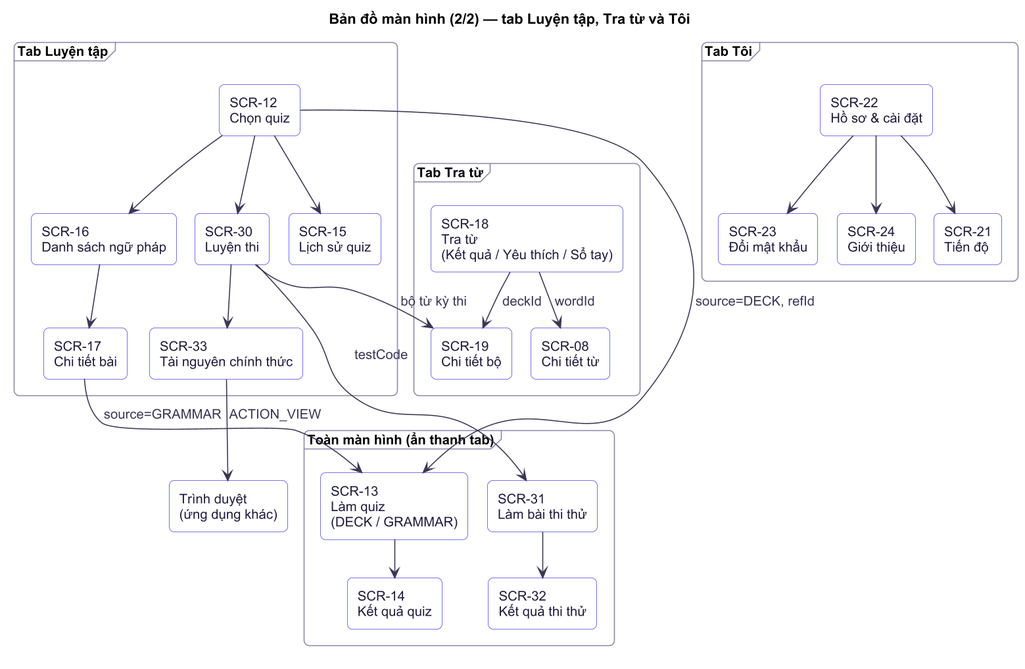
The PlantUML diagram docs/diagrams/architecture/arc-navigation-practice-search-me.png in at1308033-sketch/LearningE_app, before a commit. Its diagram source:
```plantuml
@startuml
!include ../_style.puml
title Bản đồ màn hình (2/2) — tab Luyện tập, Tra từ và Tôi
skinparam rectangle {
  BackgroundColor #FFFFFF
  BorderColor #5146E0
}
skinparam frame {
  BorderColor #8B88A8
  BackgroundColor #FAFAFF
}

frame "Tab Luyện tập" {
  rectangle "SCR-12\nChọn quiz" as S12
  rectangle "SCR-15\nLịch sử quiz" as S15
  rectangle "SCR-16\nDanh sách ngữ pháp" as S16
  rectangle "SCR-17\nChi tiết bài" as S17
  rectangle "SCR-30\nLuyện thi" as S30
  rectangle "SCR-33\nTài nguyên chính thức" as S33
}

frame "Toàn màn hình (ẩn thanh tab)" {
  rectangle "SCR-13\nLàm quiz\n(DECK / GRAMMAR)" as S13
  rectangle "SCR-14\nKết quả quiz" as S14
  rectangle "SCR-31\nLàm bài thi thử" as S31
  rectangle "SCR-32\nKết quả thi thử" as S32
}

frame "Tab Tra từ" {
  rectangle "SCR-18\nTra từ\n(Kết quả / Yêu thích / Sổ tay)" as S18
  rectangle "SCR-08\nChi tiết từ" as S08
  rectangle "SCR-19\nChi tiết bộ" as S19
}

frame "Tab Tôi" {
  rectangle "SCR-22\nHồ sơ & cài đặt" as S22
  rectangle "SCR-21\nTiến độ" as S21
  rectangle "SCR-23\nĐổi mật khẩu" as S23
  rectangle "SCR-24\nGiới thiệu" as S24
}

rectangle "Trình duyệt\n(ứng dụng khác)" as BRW

S12 --> S13 : source=DECK, refId
S12 --> S15
S12 --> S16
S16 --> S17
S17 --> S13 : source=GRAMMAR
S13 --> S14
S12 --> S30
S30 --> S31 : testCode
S31 --> S32
S30 --> S33
S33 --> BRW : ACTION_VIEW
S30 --> S19 : bộ từ kỳ thi

S18 --> S08 : wordId
S18 --> S19 : deckId

S22 --> S21
S22 --> S23
S22 --> S24
@enduml
```
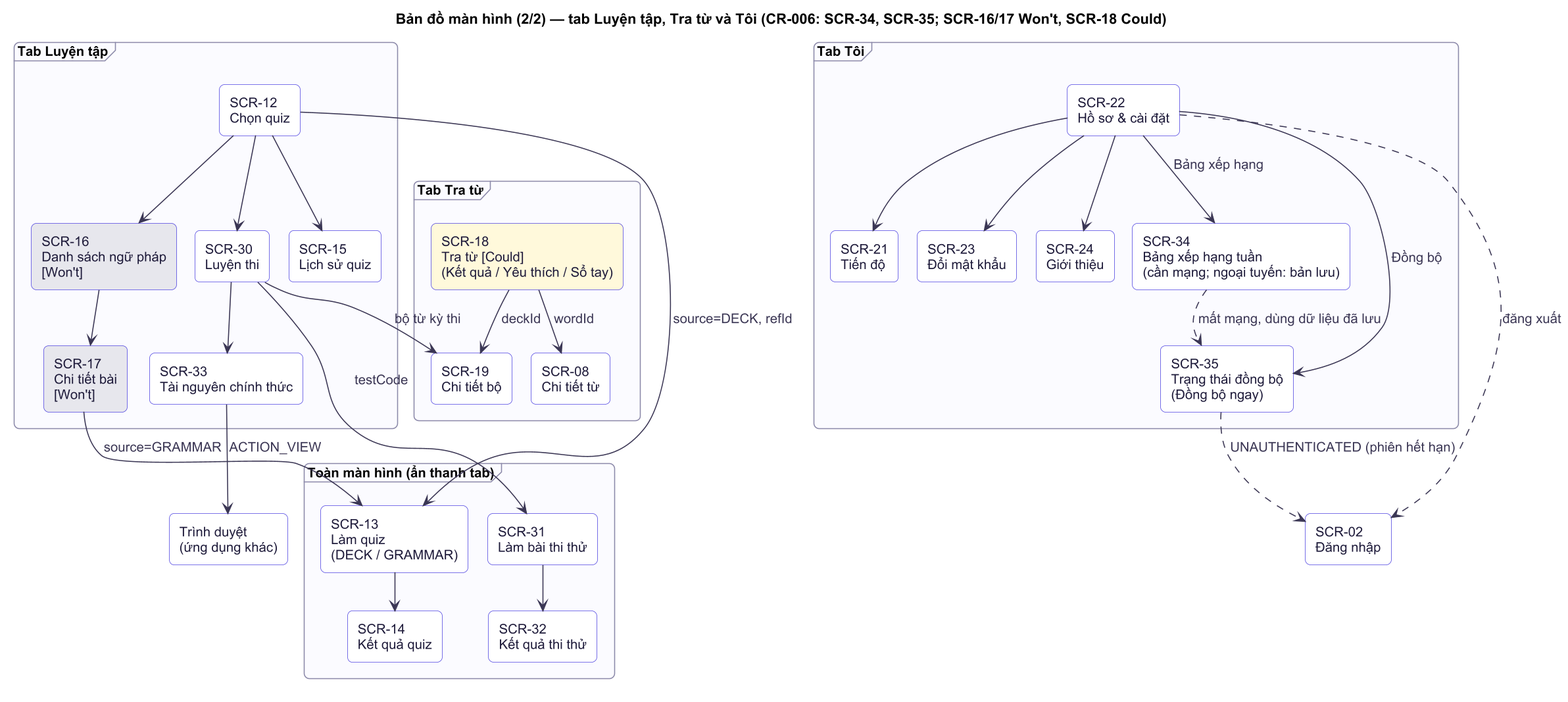
The same diagram one commit later.

Diff of the diagram source:
```diff
@@ -1,6 +1,6 @@
 @startuml
 !include ../_style.puml
-title Bản đồ màn hình (2/2) — tab Luyện tập, Tra từ và Tôi
+title Bản đồ màn hình (2/2) — tab Luyện tập, Tra từ và Tôi (CR-006: SCR-34, SCR-35; SCR-16/17 Won't, SCR-18 Could)
 skinparam rectangle {
   BackgroundColor #FFFFFF
   BorderColor #5146E0
@@ -13,8 +13,8 @@
 frame "Tab Luyện tập" {
   rectangle "SCR-12\nChọn quiz" as S12
   rectangle "SCR-15\nLịch sử quiz" as S15
-  rectangle "SCR-16\nDanh sách ngữ pháp" as S16
-  rectangle "SCR-17\nChi tiết bài" as S17
+  rectangle "SCR-16\nDanh sách ngữ pháp\n[Won't]" as S16 #E6E6EC
+  rectangle "SCR-17\nChi tiết bài\n[Won't]" as S17 #E6E6EC
   rectangle "SCR-30\nLuyện thi" as S30
   rectangle "SCR-33\nTài nguyên chính thức" as S33
 }
@@ -27,7 +27,7 @@
 }
 
 frame "Tab Tra từ" {
-  rectangle "SCR-18\nTra từ\n(Kết quả / Yêu thích / Sổ tay)" as S18
+  rectangle "SCR-18\nTra từ [Could]\n(Kết quả / Yêu thích / Sổ tay)" as S18 #FFF8DB
   rectangle "SCR-08\nChi tiết từ" as S08
   rectangle "SCR-19\nChi tiết bộ" as S19
 }
@@ -37,9 +37,12 @@
   rectangle "SCR-21\nTiến độ" as S21
   rectangle "SCR-23\nĐổi mật khẩu" as S23
   rectangle "SCR-24\nGiới thiệu" as S24
+  rectangle "SCR-34\nBảng xếp hạng tuần\n(cần mạng; ngoại tuyến: bản lưu)" as S34
+  rectangle "SCR-35\nTrạng thái đồng bộ\n(Đồng bộ ngay)" as S35
 }
 
 rectangle "Trình duyệt\n(ứng dụng khác)" as BRW
+rectangle "SCR-02\nĐăng nhập" as S02
 
 S12 --> S13 : source=DECK, refId
 S12 --> S15
@@ -60,4 +63,9 @@
 S22 --> S21
 S22 --> S23
 S22 --> S24
+S22 --> S34 : Bảng xếp hạng
+S22 --> S35 : Đồng bộ
+S34 ..> S35 : mất mạng, dùng dữ liệu đã lưu
+S35 ..> S02 : UNAUTHENTICATED (phiên hết hạn)
+S22 ..> S02 : đăng xuất
 @enduml
```
